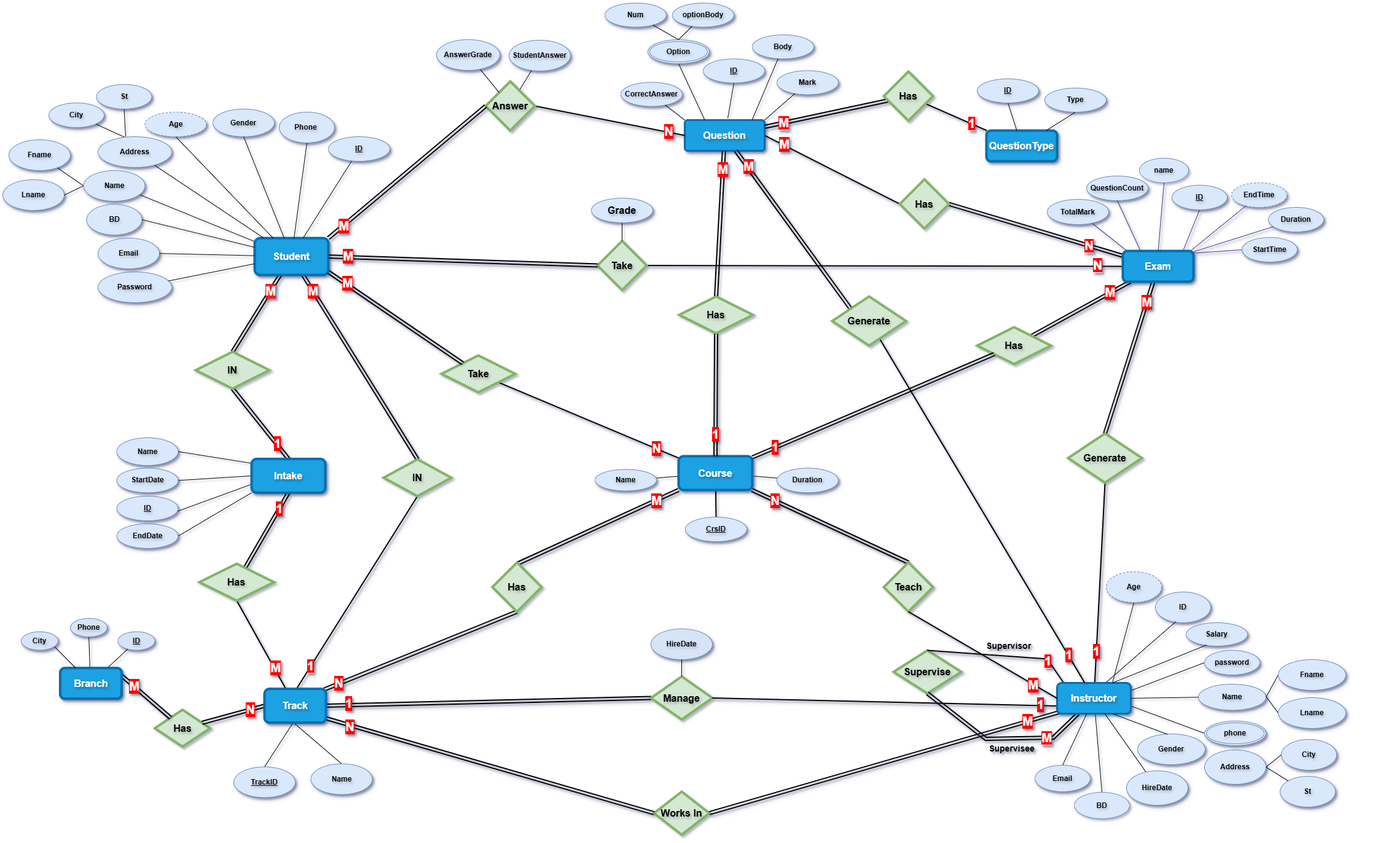
This is Database/Examination System Project/Examination System ERD.drawio.png from Hesham749/ITI, a draw.io export, as it was before one commit. Source tidied: cells renumbered, new cells last; positions are measured from the earlier drawing's top-left corner, leaving out a move shared by most shapes.
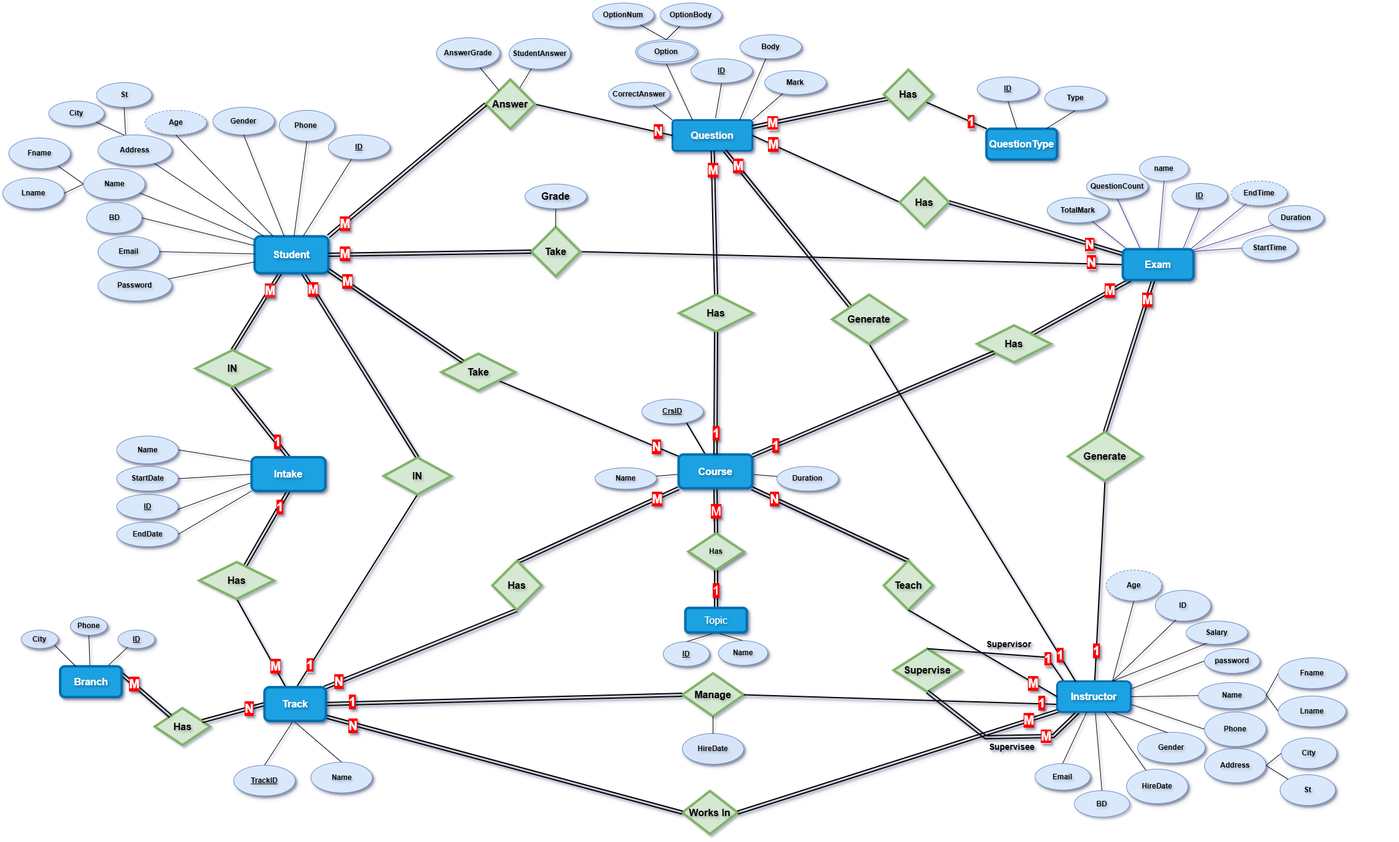
Later version of the same file.

Commit message:
update schema script add topic table and change erd pic

What changed in the source:
```diff
@@ -14,7 +14,7 @@
       </mxGeometry>
     </mxCell>
     <mxCell id="5" style="group;strokeColor=none;fillColor=none;textShadow=1;fontStyle=1;" parent="1" vertex="1">
-      <mxGeometry x="1010" y="10.9" width="410" height="369.1" as="geometry" />
+      <mxGeometry x="990" y="13.9" width="410" height="369.1" as="geometry" />
     </mxCell>
     <mxCell id="6" style="rounded=0;jettySize=auto;html=1;endArrow=none;endFill=0;entryX=0.5;entryY=1;entryDx=0;entryDy=0;strokeColor=light-dark(#000000,#EDEDED);textShadow=1;fontStyle=1;" parent="5" edge="1" target="16">
       <mxGeometry relative="1" as="geometry">
@@ -51,20 +51,20 @@
     <mxCell id="16" value="&lt;span&gt;ID&lt;/span&gt;" style="ellipse;whiteSpace=wrap;html=1;align=center;fontStyle=5;strokeColor=#6c8ebf;fillColor=#dae8fc;shadow=1;textShadow=1;" parent="5" vertex="1">
       <mxGeometry x="130" y="80.4" width="100" height="39.1" as="geometry" />
     </mxCell>
-    <mxCell id="17" value="&lt;span&gt;optionBody&lt;/span&gt;" style="ellipse;whiteSpace=wrap;html=1;align=center;strokeColor=#6c8ebf;fillColor=#dae8fc;shadow=1;textShadow=1;fontStyle=1;" parent="5" vertex="1">
+    <mxCell id="17" value="&lt;span&gt;OptionBody&lt;/span&gt;" style="ellipse;whiteSpace=wrap;html=1;align=center;strokeColor=#6c8ebf;fillColor=#dae8fc;shadow=1;textShadow=1;fontStyle=1;" parent="5" vertex="1">
       <mxGeometry x="80" y="-10.4" width="100" height="39.1" as="geometry" />
     </mxCell>
     <mxCell id="18" style="edgeStyle=none;shape=connector;rounded=0;jettySize=auto;html=1;strokeColor=default;strokeWidth=1;align=center;verticalAlign=middle;fontFamily=Helvetica;fontSize=11;fontColor=default;labelBackgroundColor=default;endArrow=none;endFill=0;textShadow=1;exitX=0.5;exitY=0;exitDx=0;exitDy=0;fontStyle=1;" parent="5" edge="1" source="12" target="17">
       <mxGeometry relative="1" as="geometry" />
     </mxCell>
-    <mxCell id="19" value="&lt;span&gt;Num&lt;/span&gt;" style="ellipse;whiteSpace=wrap;html=1;align=center;strokeColor=#6c8ebf;fillColor=#dae8fc;shadow=1;textShadow=1;fontStyle=1;" parent="5" vertex="1">
+    <mxCell id="19" value="&lt;span&gt;OptionNum&lt;/span&gt;" style="ellipse;whiteSpace=wrap;html=1;align=center;strokeColor=#6c8ebf;fillColor=#dae8fc;shadow=1;textShadow=1;fontStyle=1;" parent="5" vertex="1">
       <mxGeometry x="-30" y="-10.4" width="100" height="39.1" as="geometry" />
     </mxCell>
     <mxCell id="20" style="rounded=0;jettySize=auto;html=1;endArrow=none;endFill=0;textShadow=1;entryX=0.5;entryY=0;entryDx=0;entryDy=0;fontStyle=1;" parent="5" edge="1" source="19" target="12">
       <mxGeometry relative="1" as="geometry" />
     </mxCell>
     <mxCell id="21" value="&lt;span&gt;&lt;font style=&quot;font-size: 16px;&quot;&gt;Works In&lt;/font&gt;&lt;/span&gt;" style="rhombus;whiteSpace=wrap;html=1;strokeWidth=4;textShadow=1;fillColor=#d5e8d4;strokeColor=#82b366;fontStyle=1;" parent="1" vertex="1">
-      <mxGeometry x="1060" y="1284" width="90" height="70" as="geometry" />
+      <mxGeometry x="1106" y="1285.6" width="90" height="70" as="geometry" />
     </mxCell>
     <mxCell id="22" style="edgeStyle=none;shape=connector;rounded=0;jettySize=auto;html=1;exitX=0.5;exitY=1;exitDx=0;exitDy=0;strokeColor=light-dark(#000000,#EDEDED);align=center;verticalAlign=middle;fontFamily=Helvetica;fontSize=11;fontColor=default;labelBackgroundColor=default;endArrow=none;endFill=0;strokeWidth=2;textShadow=1;fontStyle=1;shadow=1;" parent="1" edge="1" source="28" target="111">
       <mxGeometry relative="1" as="geometry" />
@@ -102,7 +102,7 @@
       </mxGeometry>
     </mxCell>
     <mxCell id="31" value="&lt;font style=&quot;font-size: 16px;&quot;&gt;&lt;span&gt;Manage&lt;/span&gt;&lt;/font&gt;" style="rhombus;whiteSpace=wrap;html=1;strokeWidth=4;textShadow=1;fillColor=#d5e8d4;strokeColor=#82b366;fontStyle=1;" parent="1" vertex="1">
-      <mxGeometry x="1055" y="1096.5" width="100" height="70" as="geometry" />
+      <mxGeometry x="1106" y="1094" width="100" height="70" as="geometry" />
     </mxCell>
     <mxCell id="32" style="endArrow=none;html=1;rounded=0;exitX=0.018;exitY=0.96;exitDx=0;exitDy=0;strokeWidth=2;entryX=1;entryY=0.5;entryDx=0;entryDy=0;exitPerimeter=0;strokeColor=light-dark(#000000,#EDEDED);shape=link;textShadow=1;fontStyle=1;shadow=1;" parent="1" edge="1" source="111" target="21">
       <mxGeometry relative="1" as="geometry" />
@@ -320,7 +320,7 @@
       </mxGeometry>
     </mxCell>
     <mxCell id="90" value="&lt;font style=&quot;font-size: 16px;&quot;&gt;&lt;span&gt;Take&lt;/span&gt;&lt;/font&gt;" style="rhombus;whiteSpace=wrap;html=1;fontFamily=Helvetica;fontSize=11;labelBackgroundColor=none;strokeWidth=4;textShadow=1;fillColor=#d5e8d4;strokeColor=#82b366;fontStyle=1;" parent="1" vertex="1">
-      <mxGeometry x="968" y="387.6" width="80" height="80" as="geometry" />
+      <mxGeometry x="860" y="368" width="80" height="80" as="geometry" />
     </mxCell>
     <mxCell id="91" style="edgeStyle=none;shape=connector;rounded=0;jettySize=auto;html=1;exitX=1;exitY=0.5;exitDx=0;exitDy=0;entryX=0;entryY=0.5;entryDx=0;entryDy=0;strokeColor=light-dark(#000000,#EDEDED);align=center;verticalAlign=middle;fontFamily=Helvetica;fontSize=11;fontColor=default;labelBackgroundColor=default;endArrow=none;endFill=0;strokeWidth=2;textShadow=1;fontStyle=1;shadow=1;" parent="1" edge="1" source="93" target="8">
       <mxGeometry relative="1" as="geometry" />
@@ -347,12 +347,20 @@
     <mxCell id="97" style="rounded=0;jettySize=auto;html=1;exitX=0.5;exitY=0;exitDx=0;exitDy=0;endArrow=none;endFill=0;strokeWidth=2;textShadow=1;" parent="1" edge="1" source="98" target="100">
       <mxGeometry relative="1" as="geometry" />
     </mxCell>
-    <mxCell id="98" value="&lt;font&gt;&lt;span&gt;CrsID&lt;/span&gt;&lt;/font&gt;" style="ellipse;whiteSpace=wrap;html=1;align=center;fontStyle=5;strokeColor=#6c8ebf;fillColor=#dae8fc;shadow=1;textShadow=1;" parent="1" vertex="1">
-      <mxGeometry x="1111" y="837" width="100" height="40" as="geometry" />
+    <mxCell id="98" value="&lt;font&gt;CrsID&lt;/font&gt;" style="ellipse;whiteSpace=wrap;html=1;align=center;fontStyle=5;strokeColor=#6c8ebf;fillColor=#dae8fc;shadow=1;textShadow=1;" parent="1" vertex="1">
+      <mxGeometry x="1040" y="648" width="100" height="40" as="geometry" />
     </mxCell>
     <mxCell id="99" style="edgeStyle=none;shape=connector;rounded=0;jettySize=auto;html=1;strokeColor=light-dark(#000000,#EDEDED);align=center;verticalAlign=middle;fontFamily=Helvetica;fontSize=11;fontColor=default;labelBackgroundColor=default;endArrow=none;endFill=0;textShadow=1;fontStyle=1;" parent="1" edge="1" source="100" target="116">
       <mxGeometry relative="1" as="geometry" />
     </mxCell>
+    <mxCell id="237" style="rounded=0;jettySize=auto;html=1;exitX=0.5;exitY=1;exitDx=0;exitDy=0;entryX=0.5;entryY=0;entryDx=0;entryDy=0;endArrow=none;endFill=0;shape=link;strokeWidth=2;shadow=1;" parent="1" edge="1" source="100" target="246">
+      <mxGeometry relative="1" as="geometry" />
+    </mxCell>
+    <mxCell id="238" value="M" style="edgeLabel;html=1;align=center;verticalAlign=middle;fontSize=20;labelBorderColor=none;labelBackgroundColor=light-dark(#ff0000, #ededed);fontColor=light-dark(#ffffff, #ededed);textShadow=1;" parent="237" vertex="1">
+      <mxGeometry x="-0.04" y="-3" relative="1" as="geometry">
+        <mxPoint x="2" as="offset" />
+      </mxGeometry>
+    </mxCell>
     <mxCell id="100" value="&lt;span&gt;&lt;font style=&quot;font-size: 16px; color: rgb(255, 255, 255);&quot;&gt;Course&lt;/font&gt;&lt;/span&gt;" style="whiteSpace=wrap;html=1;align=center;rounded=1;strokeColor=light-dark(#006eaf, #ededed);strokeWidth=4;fillColor=light-dark(#1ba1e2, #442724);shadow=1;textShadow=1;fontStyle=1;" parent="1" vertex="1">
       <mxGeometry x="1100" y="738" width="120" height="55" as="geometry" />
     </mxCell>
@@ -394,7 +402,7 @@
     <mxCell id="107" style="rounded=0;jettySize=auto;html=1;exitX=1;exitY=0.25;exitDx=0;exitDy=0;entryX=0;entryY=0.5;entryDx=0;entryDy=0;endArrow=none;endFill=0;strokeColor=light-dark(#000000,#EDEDED);textShadow=1;fontStyle=1;" parent="1" edge="1" source="111" target="131">
       <mxGeometry relative="1" as="geometry" />
     </mxCell>
-    <mxCell id="108" style="edgeStyle=none;shape=connector;rounded=0;jettySize=auto;html=1;exitX=1;exitY=0.75;exitDx=0;exitDy=0;entryX=0;entryY=0.5;entryDx=0;entryDy=0;strokeColor=light-dark(#000000,#EDEDED);align=center;verticalAlign=middle;fontFamily=Helvetica;fontSize=11;fontColor=default;labelBackgroundColor=default;endArrow=none;endFill=0;textShadow=1;fontStyle=1;" parent="1" edge="1" source="111" target="134">
+    <mxCell id="108" style="edgeStyle=none;shape=connector;rounded=0;jettySize=auto;html=1;exitX=1;exitY=0.75;exitDx=0;exitDy=0;entryX=0;entryY=0.5;entryDx=0;entryDy=0;strokeColor=light-dark(#000000,#EDEDED);align=center;verticalAlign=middle;fontFamily=Helvetica;fontSize=11;fontColor=default;labelBackgroundColor=default;endArrow=none;endFill=0;textShadow=1;fontStyle=1;" parent="1" edge="1" source="111" target="239">
       <mxGeometry relative="1" as="geometry" />
     </mxCell>
     <mxCell id="109" style="rounded=0;jettySize=auto;html=1;exitX=0.75;exitY=0;exitDx=0;exitDy=0;entryX=0.5;entryY=1;entryDx=0;entryDy=0;endArrow=none;endFill=0;textShadow=1;fontStyle=1;" parent="1" edge="1" source="111" target="192">
@@ -422,7 +430,7 @@
       <mxGeometry x="1260" y="757.4" width="100" height="40" as="geometry" />
     </mxCell>
     <mxCell id="117" value="&lt;span&gt;HireDate&lt;/span&gt;" style="ellipse;whiteSpace=wrap;html=1;strokeColor=light-dark(#6c8ebf, #EDEDED);fillColor=light-dark(#d7e4f8, #ededed);shadow=1;textShadow=1;fontStyle=1;" parent="1" vertex="1">
-      <mxGeometry x="1055" y="1019" width="100" height="50" as="geometry" />
+      <mxGeometry x="1106" y="1192" width="100" height="50" as="geometry" />
     </mxCell>
     <mxCell id="118" style="edgeStyle=none;shape=link;rounded=0;jettySize=auto;html=1;strokeColor=default;strokeWidth=2;align=center;verticalAlign=middle;fontFamily=Helvetica;fontSize=11;fontColor=default;labelBackgroundColor=default;endArrow=none;endFill=0;textShadow=1;fontStyle=1;shadow=1;" parent="1" edge="1" source="120" target="216">
       <mxGeometry relative="1" as="geometry" />
@@ -474,9 +482,6 @@
     <mxCell id="133" value="&lt;span&gt;ID&lt;/span&gt;" style="ellipse;whiteSpace=wrap;html=1;strokeColor=#6c8ebf;fillColor=#dae8fc;shadow=1;textShadow=1;fontStyle=1;" parent="1" vertex="1">
       <mxGeometry x="1876" y="959" width="90" height="50" as="geometry" />
     </mxCell>
-    <mxCell id="134" value="&lt;span style=&quot;&quot;&gt;phone&lt;/span&gt;" style="ellipse;shape=doubleEllipse;margin=3;whiteSpace=wrap;html=1;align=center;strokeColor=#6c8ebf;fillColor=#dae8fc;shadow=1;textShadow=1;fontStyle=1;" parent="1" vertex="1">
-      <mxGeometry x="1956" y="1169" width="100" height="40" as="geometry" />
-    </mxCell>
     <mxCell id="135" value="&lt;span&gt;Name&lt;/span&gt;" style="ellipse;whiteSpace=wrap;html=1;strokeColor=#6c8ebf;fillColor=#dae8fc;shadow=1;textShadow=1;fontStyle=1;" parent="1" vertex="1">
       <mxGeometry x="1946" y="1109" width="110" height="42.5" as="geometry" />
     </mxCell>
@@ -612,7 +617,7 @@
     <mxCell id="175" style="edgeStyle=none;shape=connector;rounded=0;jettySize=auto;html=1;strokeColor=light-dark(#050505, #ededed);align=center;verticalAlign=middle;fontFamily=Helvetica;fontSize=11;fontColor=default;labelBackgroundColor=default;endArrow=none;endFill=0;textShadow=1;fontStyle=1;" parent="1" edge="1" source="148" target="147">
       <mxGeometry relative="1" as="geometry" />
     </mxCell>
-    <mxCell id="176" style="rounded=0;jettySize=auto;html=1;exitX=0.5;exitY=1;exitDx=0;exitDy=0;endArrow=none;endFill=0;textShadow=1;fontStyle=1;" parent="1" edge="1" source="117" target="31">
+    <mxCell id="176" style="rounded=0;jettySize=auto;html=1;endArrow=none;endFill=0;textShadow=1;fontStyle=1;entryX=0.5;entryY=1;entryDx=0;entryDy=0;exitX=0.5;exitY=0;exitDx=0;exitDy=0;" parent="1" edge="1" source="117" target="31">
       <mxGeometry relative="1" as="geometry" />
     </mxCell>
     <mxCell id="177" style="rounded=0;jettySize=auto;html=1;exitX=1;exitY=0.5;exitDx=0;exitDy=0;strokeWidth=2;endArrow=none;endFill=0;" parent="1" edge="1" source="120">
@@ -680,10 +685,8 @@
     <mxCell id="195" value="&lt;span&gt;&lt;u&gt;TrackID&lt;/u&gt;&lt;/span&gt;" style="ellipse;whiteSpace=wrap;html=1;strokeColor=#6c8ebf;fillColor=#dae8fc;shadow=1;textShadow=1;fontStyle=1;" parent="1" vertex="1">
       <mxGeometry x="376" y="1243.6" width="100" height="50" as="geometry" />
     </mxCell>
-    <mxCell id="196" style="endArrow=none;html=1;rounded=0;entryX=0.371;entryY=0.964;entryDx=0;entryDy=0;entryPerimeter=0;strokeColor=light-dark(#000000,#EDEDED);textShadow=1;fontStyle=1;" parent="1" edge="1" target="133">
-      <mxGeometry relative="1" as="geometry">
-        <mxPoint x="1796" y="1106" as="sourcePoint" />
-      </mxGeometry>
+    <mxCell id="196" style="endArrow=none;html=1;rounded=0;entryX=0.371;entryY=0.964;entryDx=0;entryDy=0;entryPerimeter=0;strokeColor=light-dark(#000000,#EDEDED);textShadow=1;fontStyle=1;exitX=0.75;exitY=0;exitDx=0;exitDy=0;" parent="1" edge="1" source="111" target="133">
+      <mxGeometry relative="1" as="geometry" />
     </mxCell>
     <mxCell id="197" value="AnswerGrade" style="ellipse;whiteSpace=wrap;html=1;strokeColor=#6c8ebf;fillColor=#dae8fc;shadow=1;textShadow=1;fontStyle=1;" parent="1" vertex="1">
       <mxGeometry x="706" y="60" width="103" height="50" as="geometry" />
@@ -765,7 +768,7 @@
       <mxGeometry x="405" y="742.4" width="120" height="55" as="geometry" />
     </mxCell>
     <mxCell id="222" value="&lt;font style=&quot;font-size: 16px;&quot;&gt;Grade&lt;/font&gt;" style="ellipse;whiteSpace=wrap;html=1;align=center;fillColor=#dae8fc;strokeColor=#6c8ebf;shadow=1;textShadow=1;fontStyle=1;" parent="1" vertex="1">
-      <mxGeometry x="958" y="318" width="100" height="40" as="geometry" />
+      <mxGeometry x="850" y="298" width="100" height="40" as="geometry" />
     </mxCell>
     <mxCell id="223" style="edgeStyle=none;shape=link;rounded=0;jettySize=auto;html=1;exitX=0.5;exitY=0;exitDx=0;exitDy=0;strokeColor=default;strokeWidth=2;align=center;verticalAlign=middle;fontFamily=Helvetica;fontSize=11;fontColor=default;labelBackgroundColor=default;endArrow=none;endFill=0;textShadow=1;fontStyle=1;" parent="1" edge="1" source="227" target="8">
       <mxGeometry relative="1" as="geometry" />
@@ -780,13 +783,13 @@
     </mxCell>
     <mxCell id="226" value="&lt;font style=&quot;font-size: 20px;&quot;&gt;1&lt;/font&gt;" style="edgeLabel;html=1;align=center;verticalAlign=middle;fontFamily=Helvetica;fontSize=11;fontColor=light-dark(#fcfcfc, #ededed);labelBackgroundColor=light-dark(#ff0000, #ededed);textShadow=1;fontStyle=1;" parent="225" vertex="1">
       <mxGeometry x="0.66" relative="1" as="geometry">
-        <mxPoint x="-1" y="-3" as="offset" />
+        <mxPoint y="-3" as="offset" />
       </mxGeometry>
     </mxCell>
     <mxCell id="227" value="Has" style="shape=rhombus;perimeter=rhombusPerimeter;whiteSpace=wrap;html=1;align=center;fontSize=16;fontStyle=1;strokeWidth=4;textShadow=1;fillColor=#d5e8d4;strokeColor=#82b366;" parent="1" vertex="1">
       <mxGeometry x="1101" y="478" width="120" height="60" as="geometry" />
     </mxCell>
-    <mxCell id="228" style="edgeStyle=none;shape=connector;rounded=0;jettySize=auto;html=1;strokeColor=default;strokeWidth=2;align=center;verticalAlign=middle;fontFamily=Helvetica;fontSize=11;fontColor=default;labelBackgroundColor=default;endArrow=none;endFill=0;textShadow=1;fontStyle=1;shadow=1;" parent="1" edge="1" source="232" target="111">
+    <mxCell id="228" style="edgeStyle=none;shape=connector;rounded=0;jettySize=auto;html=1;strokeColor=default;strokeWidth=2;align=center;verticalAlign=middle;fontFamily=Helvetica;fontSize=11;fontColor=default;labelBackgroundColor=default;endArrow=none;endFill=0;textShadow=1;fontStyle=1;shadow=1;exitX=0.5;exitY=1;exitDx=0;exitDy=0;entryX=0.25;entryY=0;entryDx=0;entryDy=0;" parent="1" edge="1" source="232" target="111">
       <mxGeometry relative="1" as="geometry" />
     </mxCell>
     <mxCell id="229" value="1" style="edgeLabel;html=1;align=center;verticalAlign=middle;fontFamily=Helvetica;fontSize=20;fontColor=light-dark(#fafafa, #ededed);labelBackgroundColor=light-dark(#ff0000, #ededed);textShadow=1;fontStyle=1;" parent="228" vertex="1">
@@ -815,5 +818,34 @@
     <mxCell id="236" value="Phone" style="ellipse;whiteSpace=wrap;html=1;strokeColor=light-dark(#6c8ebf, #EDEDED);fillColor=light-dark(#d7e4f8, #ededed);shadow=1;textShadow=1;fontStyle=1;" parent="1" vertex="1">
       <mxGeometry x="110" y="1002" width="60" height="30" as="geometry" />
     </mxCell>
+    <mxCell id="239" value="&lt;span&gt;Phone&lt;/span&gt;" style="ellipse;whiteSpace=wrap;html=1;strokeColor=#6c8ebf;fillColor=#dae8fc;shadow=1;textShadow=1;fontStyle=1;" parent="1" vertex="1">
+      <mxGeometry x="1956" y="1157" width="100" height="56" as="geometry" />
+    </mxCell>
+    <mxCell id="240" style="rounded=0;jettySize=auto;html=1;exitX=0.5;exitY=1;exitDx=0;exitDy=0;endArrow=none;endFill=0;entryX=0.5;entryY=0;entryDx=0;entryDy=0;textShadow=1;" parent="1" edge="1" source="247" target="243">
+      <mxGeometry relative="1" as="geometry" />
+    </mxCell>
+    <mxCell id="241" style="rounded=0;jettySize=auto;html=1;endArrow=none;endFill=0;entryX=0.5;entryY=0;entryDx=0;entryDy=0;exitX=0.5;exitY=1;exitDx=0;exitDy=0;textShadow=1;" parent="1" edge="1" source="247" target="242">
+      <mxGeometry relative="1" as="geometry" />
+    </mxCell>
+    <mxCell id="242" value="&lt;u style=&quot;&quot;&gt;ID&lt;/u&gt;" style="ellipse;whiteSpace=wrap;html=1;strokeColor=#6c8ebf;fillColor=#dae8fc;shadow=1;textShadow=1;fontStyle=1;" parent="1" vertex="1">
+      <mxGeometry x="1075" y="1042.7" width="75" height="40" as="geometry" />
+    </mxCell>
+    <mxCell id="243" value="Name" style="ellipse;whiteSpace=wrap;html=1;strokeColor=#6c8ebf;fillColor=#dae8fc;shadow=1;textShadow=1;fontStyle=1;" parent="1" vertex="1">
+      <mxGeometry x="1165" y="1041" width="80" height="40" as="geometry" />
+    </mxCell>
+    <mxCell id="244" style="rounded=0;jettySize=auto;html=1;entryX=0.5;entryY=0;entryDx=0;entryDy=0;endArrow=none;endFill=0;shape=link;strokeWidth=2;exitX=0.5;exitY=1;exitDx=0;exitDy=0;textShadow=1;shadow=1;" parent="1" edge="1" source="246" target="247">
+      <mxGeometry relative="1" as="geometry" />
+    </mxCell>
+    <mxCell id="245" value="1" style="edgeLabel;html=1;align=center;verticalAlign=middle;fontSize=20;labelBackgroundColor=light-dark(#ff0000, #ededed);fontColor=light-dark(#ffffff, #ededed);textShadow=1;" parent="244" vertex="1">
+      <mxGeometry x="0.1" y="2" relative="1" as="geometry">
+        <mxPoint x="-3" y="-1" as="offset" />
+      </mxGeometry>
+    </mxCell>
+    <mxCell id="246" value="&lt;b&gt;Has&lt;/b&gt;" style="shape=rhombus;perimeter=rhombusPerimeter;whiteSpace=wrap;html=1;align=center;strokeWidth=4;strokeColor=light-dark(#82b366, #ededed);fillColor=light-dark(#d5e8d4, #ededed);textShadow=1;shadow=1;" parent="1" vertex="1">
+      <mxGeometry x="1116" y="866" width="90" height="60" as="geometry" />
+    </mxCell>
+    <mxCell id="247" value="&lt;span style=&quot;color: rgb(255, 255, 255); font-size: 16px;&quot;&gt;Topic&lt;/span&gt;" style="whiteSpace=wrap;html=1;align=center;fillColor=light-dark(#1ba1e2, #ededed);strokeColor=light-dark(#006eaf, #ededed);strokeWidth=4;rounded=1;textShadow=1;shadow=1;" parent="1" vertex="1">
+      <mxGeometry x="1111" y="987.7" width="100" height="40" as="geometry" />
+    </mxCell>
   </root>
 </mxGraphModel>
```
